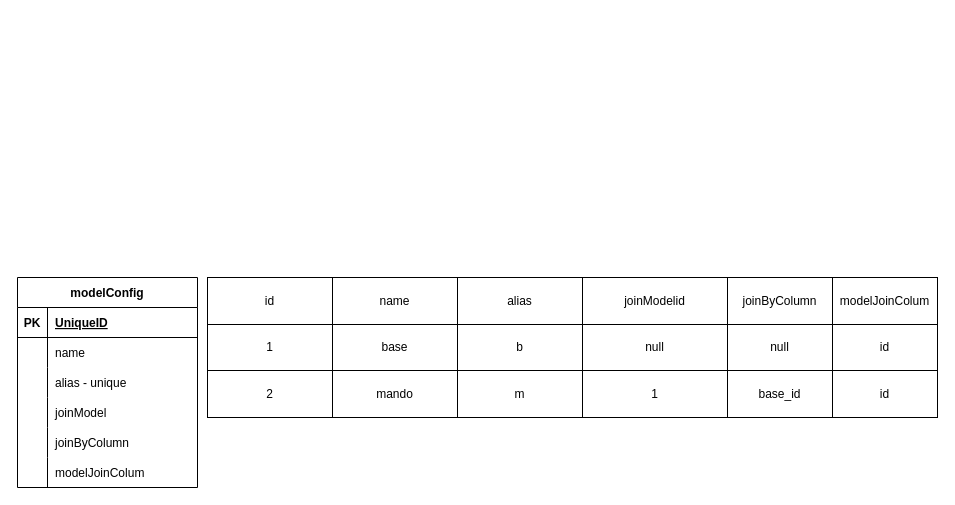
adriel87/QueryApp keeps this draw.io diagram as docs/ER_model.dio. Above is the earlier version. Source tidied: cells renumbered, new cells numbered last; positions are measured from the earlier drawing's top-left corner, leaving out a move shared by most shapes. Both pictures are drawn from the tidied source at 100%, with x=0, y=0 at pixel (17, 277).
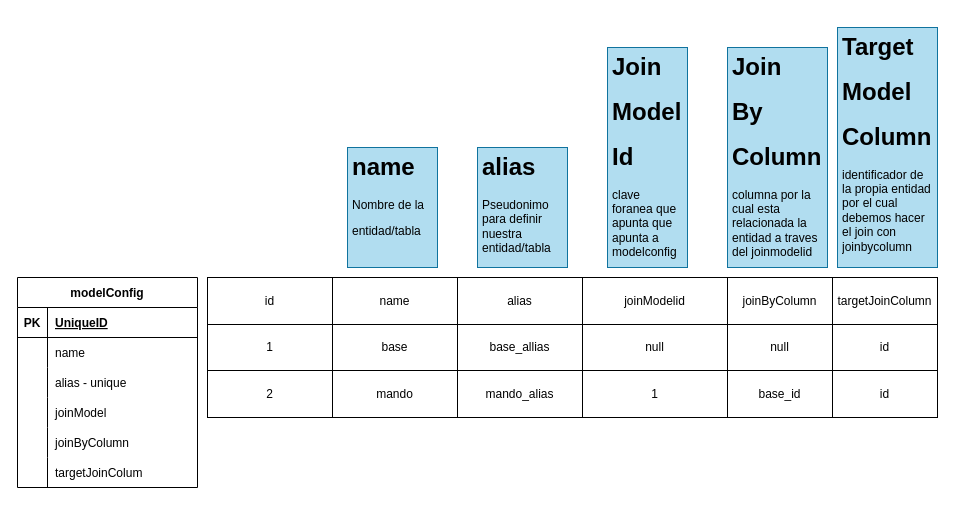
The same diagram, later.

The change refers to these unchanged cells:
```xml
<mxCell id="18" style="shape=tableRow;horizontal=0;startSize=0;swimlaneHead=0;swimlaneBody=0;fillColor=none;top=0;left=0;right=0;bottom=0;" parent="2" vertex="1">
  <mxGeometry y="180" width="180" height="30" as="geometry" />
</mxCell>
<mxCell id="22" style="shape=tableRow;horizontal=0;startSize=0;swimlaneHead=0;swimlaneBody=0;top=0;left=0;bottom=0;right=0;fontStyle=0;fillColor=none;strokeColor=inherit;" parent="21" vertex="1">
  <mxGeometry width="730" height="47" as="geometry" />
</mxCell>
<mxCell id="29" style="shape=tableRow;horizontal=0;startSize=0;swimlaneHead=0;swimlaneBody=0;top=0;left=0;bottom=0;right=0;fontStyle=0;fillColor=none;strokeColor=inherit;" parent="21" vertex="1">
  <mxGeometry y="47" width="730" height="46" as="geometry" />
</mxCell>
<mxCell id="36" style="shape=tableRow;horizontal=0;startSize=0;swimlaneHead=0;swimlaneBody=0;top=0;left=0;bottom=0;right=0;fontStyle=0;fillColor=none;strokeColor=inherit;" parent="21" vertex="1">
  <mxGeometry y="93" width="730" height="47" as="geometry" />
</mxCell>
```

What changed in the source:
```diff
@@
-    <mxCell id="20" value="modelJoinColum" style="shape=partialRectangle;fillColor=none;top=0;left=0;bottom=0;right=0;align=left;spacingLeft=6;overflow=hidden;" parent="18" vertex="1">
+    <mxCell id="20" value="targetJoinColum" style="shape=partialRectangle;fillColor=none;top=0;left=0;bottom=0;right=0;align=left;spacingLeft=6;overflow=hidden;" parent="18" vertex="1">
       <mxGeometry x="30" width="150" height="30" as="geometry" />
     </mxCell>
@@
-    <mxCell id="28" value="&lt;span style=&quot;text-align: left;&quot;&gt;modelJoinColum&lt;/span&gt;" style="strokeColor=inherit;fillColor=none;align=center;whiteSpace=wrap;html=1;" parent="22" vertex="1">
+    <mxCell id="28" value="&lt;span style=&quot;text-align: left;&quot;&gt;targetJoinColumn&lt;/span&gt;" style="strokeColor=inherit;fillColor=none;align=center;whiteSpace=wrap;html=1;" parent="22" vertex="1">
       <mxGeometry x="625" width="105" height="47" as="geometry" />
     </mxCell>
@@
-    <mxCell id="32" value="b" style="strokeColor=inherit;fillColor=none;align=center;whiteSpace=wrap;html=1;" parent="29" vertex="1">
+    <mxCell id="32" value="base_allias" style="strokeColor=inherit;fillColor=none;align=center;whiteSpace=wrap;html=1;" parent="29" vertex="1">
       <mxGeometry x="250" width="125" height="46" as="geometry" />
     </mxCell>
@@
-    <mxCell id="39" value="m" style="strokeColor=inherit;fillColor=none;align=center;whiteSpace=wrap;html=1;" parent="36" vertex="1">
+    <mxCell id="39" value="mando_alias" style="strokeColor=inherit;fillColor=none;align=center;whiteSpace=wrap;html=1;" parent="36" vertex="1">
       <mxGeometry x="250" width="125" height="47" as="geometry" />
     </mxCell>
@@
+    <mxCell id="43" value="&lt;h1&gt;name&lt;/h1&gt;&lt;p&gt;Nombre de la&amp;nbsp;&lt;/p&gt;&lt;p&gt;entidad/tabla&lt;/p&gt;" style="text;html=1;strokeColor=#10739e;fillColor=#b1ddf0;spacing=5;spacingTop=-20;whiteSpace=wrap;overflow=hidden;rounded=0;fontColor=#000000;" parent="1" vertex="1">
+      <mxGeometry x="330" y="-130" width="90" height="120" as="geometry" />
+    </mxCell>
+    <mxCell id="44" value="&lt;h1&gt;alias&lt;/h1&gt;&lt;p&gt;Pseudonimo para definir nuestra entidad/tabla&lt;/p&gt;" style="text;html=1;strokeColor=#10739e;fillColor=#b1ddf0;spacing=5;spacingTop=-20;whiteSpace=wrap;overflow=hidden;rounded=0;fontColor=#000000;" parent="1" vertex="1">
+      <mxGeometry x="460" y="-130" width="90" height="120" as="geometry" />
+    </mxCell>
+    <mxCell id="45" value="&lt;h1&gt;Join&lt;/h1&gt;&lt;h1&gt;Model&lt;/h1&gt;&lt;h1&gt;Id&lt;br&gt;&lt;/h1&gt;&lt;div&gt;clave foranea que apunta que apunta a modelconfig&lt;/div&gt;" style="text;html=1;strokeColor=#10739e;fillColor=#b1ddf0;spacing=5;spacingTop=-20;whiteSpace=wrap;overflow=hidden;rounded=0;fontColor=#000000;" parent="1" vertex="1">
+      <mxGeometry x="590" y="-230" width="80" height="220" as="geometry" />
+    </mxCell>
+    <mxCell id="46" value="&lt;h1&gt;Join&lt;/h1&gt;&lt;h1&gt;By&lt;/h1&gt;&lt;h1&gt;Column&lt;/h1&gt;&lt;div&gt;columna por la cual esta relacionada la entidad a traves del joinmodelid&lt;/div&gt;" style="text;html=1;strokeColor=#10739e;fillColor=#b1ddf0;spacing=5;spacingTop=-20;whiteSpace=wrap;overflow=hidden;rounded=0;fontColor=#000000;" parent="1" vertex="1">
+      <mxGeometry x="710" y="-230" width="100" height="220" as="geometry" />
+    </mxCell>
+    <mxCell id="47" value="&lt;h1&gt;Target&lt;/h1&gt;&lt;h1&gt;Model&lt;/h1&gt;&lt;h1&gt;Column&lt;/h1&gt;&lt;div&gt;identificador de la propia entidad por el cual debemos hacer el join con joinbycolumn&lt;/div&gt;" style="text;html=1;strokeColor=#10739e;fillColor=#b1ddf0;spacing=5;spacingTop=-20;whiteSpace=wrap;overflow=hidden;rounded=0;fontColor=#000000;" parent="1" vertex="1">
+      <mxGeometry x="820" y="-250" width="100" height="240" as="geometry" />
+    </mxCell>
```
